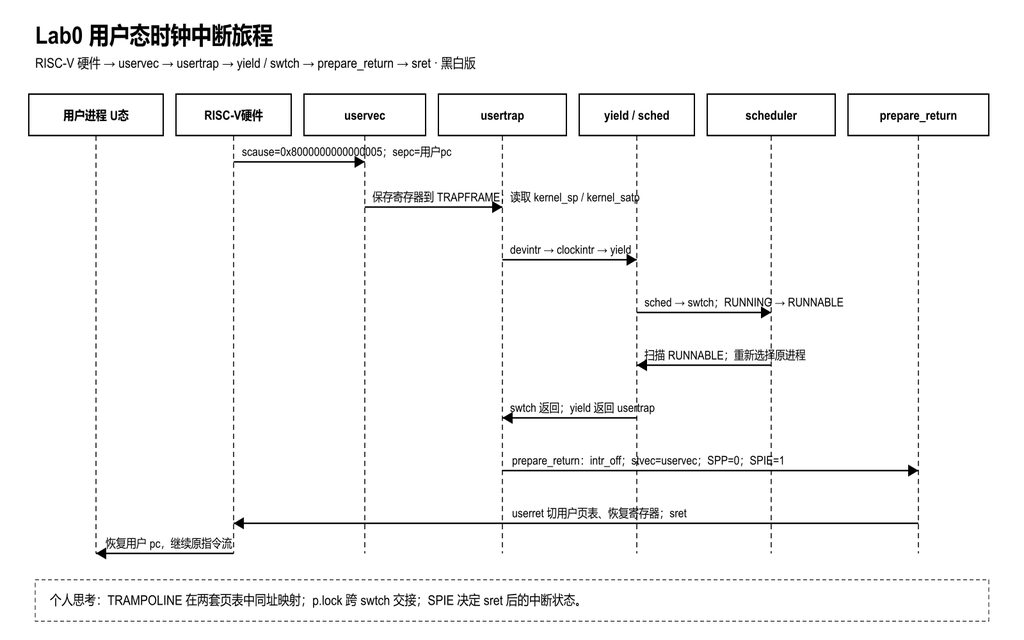
This is teacher-check/lab0/images/03-timer-interrupt-journey.png from hoyuand/2024302111427, a Mermaid export, as it was before one commit. Its source is kept beside it as teacher-check/lab0/images/03-timer-interrupt-journey.mmd.
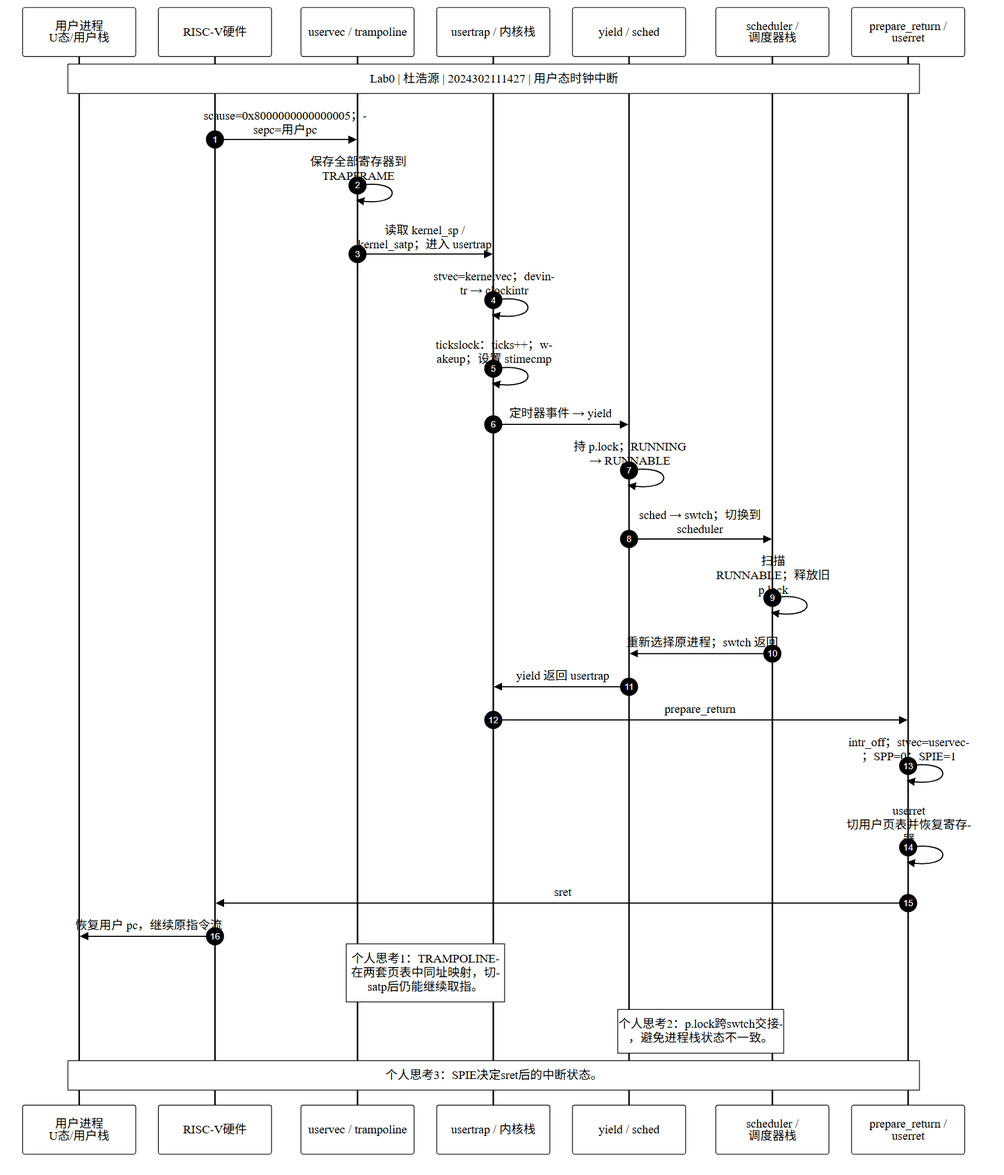
After the change.

Diff of the diagram source:
```diff
@@ -1,4 +1,4 @@
-%%{init: {"theme":"base","themeVariables":{"fontFamily":"Arial, Microsoft YaHei, sans-serif","primaryColor":"#ffffff","primaryTextColor":"#000000","primaryBorderColor":"#000000","lineColor":"#000000","secondaryColor":"#ffffff","tertiaryColor":"#ffffff"},"sequence":{"wrap":true,"diagramMarginX":30,"actorMargin":30,"messageMargin":28}}}%%
+%%{init: {"theme":"base","themeVariables":{"fontFamily":"Arial, Microsoft YaHei, sans-serif","primaryColor":"#ffffff","primaryTextColor":"#000000","primaryBorderColor":"#000000","lineColor":"#000000","secondaryColor":"#ffffff","tertiaryColor":"#ffffff","actorBkg":"#ffffff","actorBorder":"#000000","actorTextColor":"#000000","actorLineColor":"#000000","signalColor":"#000000","signalTextColor":"#000000","labelBoxBkgColor":"#ffffff","labelBoxBorderColor":"#000000","labelTextColor":"#000000","loopTextColor":"#000000","noteBkgColor":"#ffffff","noteBorderColor":"#000000","noteTextColor":"#000000","activationBkgColor":"#ffffff","activationBorderColor":"#000000","sequenceNumberColor":"#ffffff"},"sequence":{"wrap":true,"diagramMarginX":30,"actorMargin":30,"messageMargin":28}}}%%
 sequenceDiagram
   autonumber
   participant U as 用户进程 U态/用户栈
```
